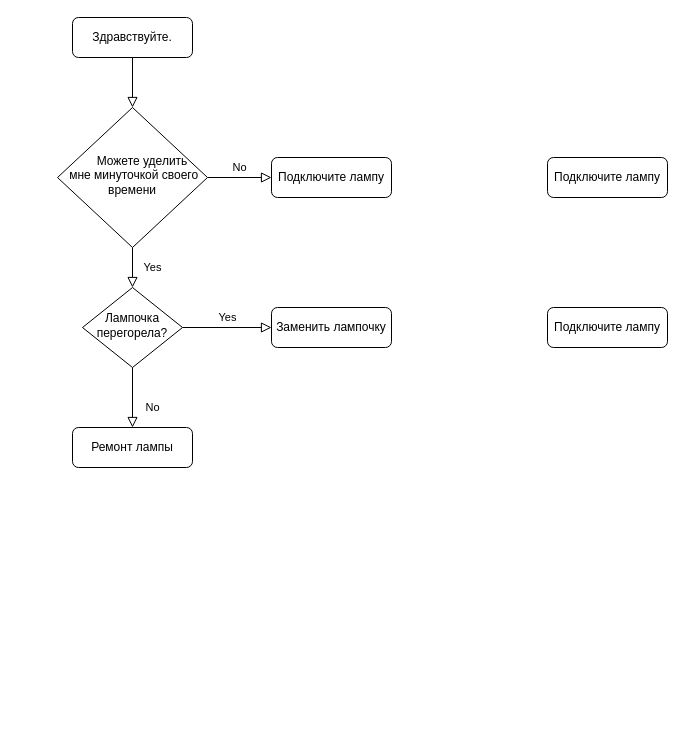
Above: Диаграмма без названия.drawio in dima-wadim/py_project (draw.io), before the change. Source tidied: cells renumbered, new cells numbered last; positions are measured from the earlier drawing's top-left corner, leaving out a move shared by most shapes. Both pictures are drawn from the tidied source at 100%, with x=0, y=0 at pixel (57, 17).
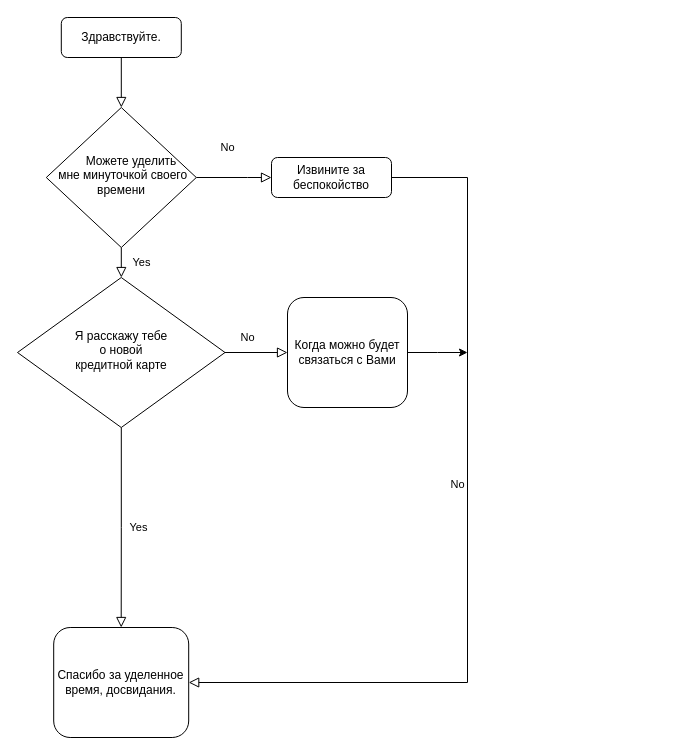
After the change.

What changed in the source:
```diff
@@
     <mxCell id="3" value="Здравствуйте." style="rounded=1;whiteSpace=wrap;html=1;fontSize=12;glass=0;strokeWidth=1;shadow=0;direction=west;" parent="1" vertex="1">
-      <mxGeometry x="15" width="120" height="40" as="geometry" />
+      <mxGeometry x="3.8" width="120" height="40" as="geometry" />
     </mxCell>
@@
     <mxCell id="5" value="No" style="edgeStyle=orthogonalEdgeStyle;rounded=0;html=1;jettySize=auto;fontSize=11;endArrow=block;endFill=0;endSize=8;strokeWidth=1;shadow=0;labelBackgroundColor=none;" parent="1" edge="1" source="6" target="7">
-      <mxGeometry y="10" relative="1" as="geometry" />
+      <mxGeometry x="-0.17" y="30" relative="1" as="geometry">
+        <Array as="points">
+          <mxPoint x="190" y="160" />
+          <mxPoint x="190" y="160" />
+        </Array>
+      </mxGeometry>
     </mxCell>
     <mxCell id="6" value="&amp;nbsp; &amp;nbsp; &amp;nbsp; Можете уделить&lt;div&gt;&amp;nbsp;мне минуточкой своего времени&lt;/div&gt;" style="rhombus;whiteSpace=wrap;html=1;shadow=0;fontFamily=Helvetica;fontSize=12;align=center;strokeWidth=1;spacing=6;spacingTop=-4;" parent="1" vertex="1">
-      <mxGeometry y="90" width="150" height="140" as="geometry" />
+      <mxGeometry x="-11.2" y="90" width="150" height="140" as="geometry" />
     </mxCell>
-    <mxCell id="7" value="Подключите лампу" style="rounded=1;whiteSpace=wrap;html=1;fontSize=12;glass=0;strokeWidth=1;shadow=0;" parent="1" vertex="1">
+    <mxCell id="7" value="Извините за беспокойство" style="rounded=1;whiteSpace=wrap;html=1;fontSize=12;glass=0;strokeWidth=1;shadow=0;" parent="1" vertex="1">
       <mxGeometry x="214" y="140" width="120" height="40" as="geometry" />
     </mxCell>
     <mxCell id="8" value="No" style="rounded=0;html=1;jettySize=auto;fontSize=11;endArrow=block;endFill=0;endSize=8;strokeWidth=1;shadow=0;labelBackgroundColor=none;edgeStyle=orthogonalEdgeStyle;" parent="1" edge="1" source="10" target="11">
-      <mxGeometry x="0.33" y="20" relative="1" as="geometry" />
+      <mxGeometry x="-1" y="155" relative="1" as="geometry">
+        <mxPoint x="-29" y="-90" as="offset" />
+      </mxGeometry>
     </mxCell>
     <mxCell id="9" value="Yes" style="edgeStyle=orthogonalEdgeStyle;rounded=0;html=1;jettySize=auto;fontSize=11;endArrow=block;endFill=0;endSize=8;strokeWidth=1;shadow=0;labelBackgroundColor=none;" parent="1" edge="1" source="10" target="12">
-      <mxGeometry y="10" relative="1" as="geometry" />
+      <mxGeometry x="-1" y="-196" relative="1" as="geometry">
+        <mxPoint x="-87" y="-21" as="offset" />
+      </mxGeometry>
     </mxCell>
-    <mxCell id="10" value="Лампочка &lt;br&gt;перегорела?" style="rhombus;whiteSpace=wrap;html=1;shadow=0;fontFamily=Helvetica;fontSize=12;align=center;strokeWidth=1;spacing=6;spacingTop=-4;" parent="1" vertex="1">
-      <mxGeometry x="25" y="270" width="100" height="80" as="geometry" />
+    <mxCell id="10" value="Я расскажу тебе&lt;div&gt;&amp;nbsp;о новой&amp;nbsp;&lt;div&gt;кредитной карте&lt;/div&gt;&lt;/div&gt;" style="rhombus;whiteSpace=wrap;html=1;shadow=0;fontFamily=Helvetica;fontSize=12;align=center;strokeWidth=1;spacing=6;spacingTop=-4;" parent="1" vertex="1">
+      <mxGeometry x="-40" y="260" width="207.5" height="150" as="geometry" />
     </mxCell>
-    <mxCell id="11" value="Ремонт лампы" style="rounded=1;whiteSpace=wrap;html=1;fontSize=12;glass=0;strokeWidth=1;shadow=0;" parent="1" vertex="1">
-      <mxGeometry x="15" y="410" width="120" height="40" as="geometry" />
+    <mxCell id="11" value="Спасибо за уделенное время, досвидания." style="rounded=1;whiteSpace=wrap;html=1;fontSize=12;glass=0;strokeWidth=1;shadow=0;" parent="1" vertex="1">
+      <mxGeometry x="-3.8" y="610" width="135" height="110" as="geometry" />
     </mxCell>
+    <mxCell id="15" style="edgeStyle=orthogonalEdgeStyle;rounded=0;jettySize=auto;html=1;" parent="1" edge="1" source="12">
+      <mxGeometry relative="1" as="geometry">
+        <mxPoint x="410" y="335" as="targetPoint" />
+      </mxGeometry>
+    </mxCell>
-    <mxCell id="12" value="Заменить лампочку" style="rounded=1;whiteSpace=wrap;html=1;fontSize=12;glass=0;strokeWidth=1;shadow=0;" parent="1" vertex="1">
-      <mxGeometry x="214" y="290" width="120" height="40" as="geometry" />
+    <mxCell id="12" value="Когда можно будет связаться с Вами" style="rounded=1;whiteSpace=wrap;html=1;fontSize=12;glass=0;strokeWidth=1;shadow=0;" parent="1" vertex="1">
+      <mxGeometry x="230" y="280" width="120" height="110" as="geometry" />
     </mxCell>
-    <mxCell id="13" value="Подключите лампу" style="rounded=1;whiteSpace=wrap;html=1;fontSize=12;glass=0;strokeWidth=1;shadow=0;" parent="1" vertex="1">
-      <mxGeometry x="490" y="140" width="120" height="40" as="geometry" />
-    </mxCell>
-    <mxCell id="14" value="Подключите лампу" style="rounded=1;whiteSpace=wrap;html=1;fontSize=12;glass=0;strokeWidth=1;shadow=0;" parent="1" vertex="1">
-      <mxGeometry x="490" y="290" width="120" height="40" as="geometry" />
-    </mxCell>
+    <mxCell id="16" value="No" style="edgeStyle=orthogonalEdgeStyle;rounded=0;html=1;jettySize=auto;fontSize=11;endArrow=block;endFill=0;endSize=8;strokeWidth=1;shadow=0;labelBackgroundColor=none;exitX=1;exitY=0.5;exitDx=0;exitDy=0;entryX=1;entryY=0.5;entryDx=0;entryDy=0;" parent="1" edge="1" source="7" target="11">
+      <mxGeometry x="-0.11" y="-10" relative="1" as="geometry">
+        <Array as="points">
+          <mxPoint x="410" y="160" />
+          <mxPoint x="410" y="665" />
+        </Array>
+      </mxGeometry>
+    </mxCell>
```
